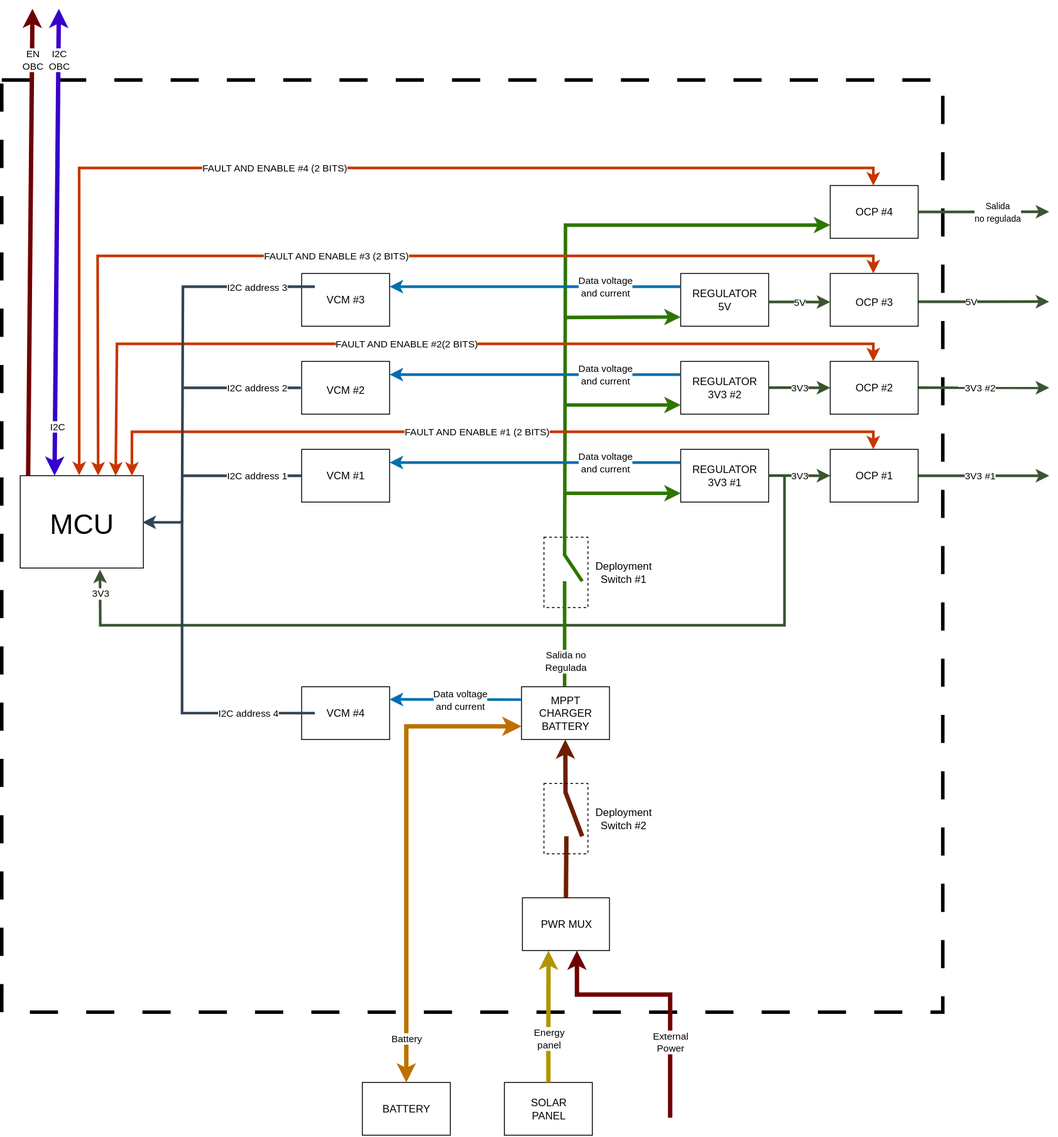
TobiasDecoud/Electrical-Power-System keeps this draw.io diagram as diagrama.svg. Above is the earlier version. Source tidied: cells renumbered, new cells last; positions are measured from the earlier drawing's top-left corner, leaving out a move shared by most shapes.
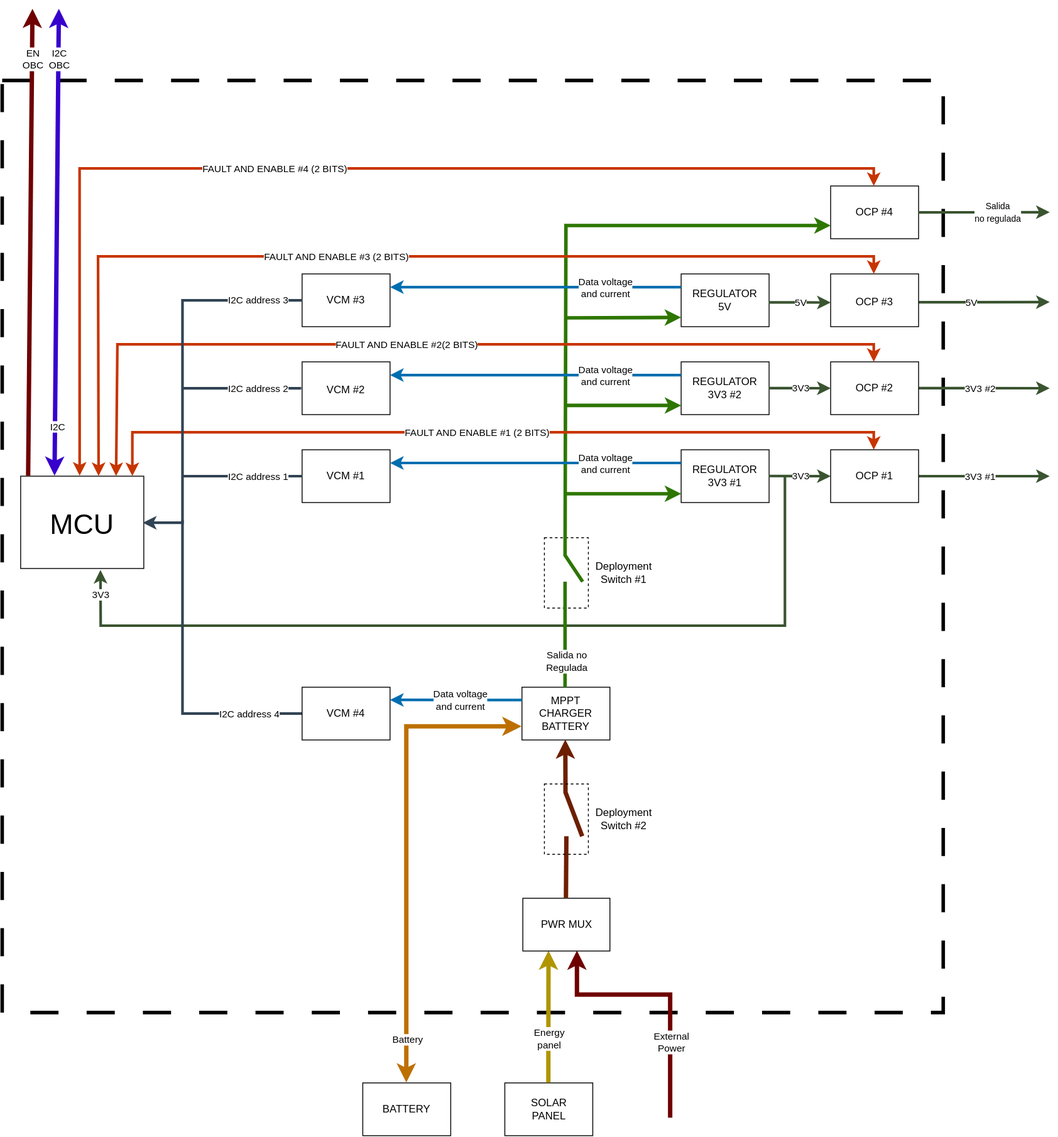
The same file after the commit.

Change to the diagram source:
```diff
@@ -105,9 +105,6 @@
     <mxCell id="32" value="VCM #3" style="text;html=1;whiteSpace=wrap;strokeColor=none;fillColor=none;align=center;verticalAlign=middle;rounded=0;" parent="1" vertex="1">
       <mxGeometry x="361" y="316" width="60" height="30" as="geometry" />
     </mxCell>
-    <mxCell id="33" style="rounded=0;whiteSpace=wrap;html=1;fillColor=none;" parent="1" vertex="1">
-      <mxGeometry x="341" y="771" width="100" height="60" as="geometry" />
-    </mxCell>
     <mxCell id="34" value="VCM #4" style="text;html=1;whiteSpace=wrap;strokeColor=none;fillColor=none;align=center;verticalAlign=middle;rounded=0;" parent="1" vertex="1">
       <mxGeometry x="361" y="786" width="60" height="30" as="geometry" />
     </mxCell>
@@ -263,19 +260,18 @@
         <mxPoint x="5" as="offset" />
       </mxGeometry>
     </mxCell>
-    <mxCell id="63" style="endArrow=classic;html=1;rounded=0;fillColor=#647687;strokeColor=#314354;strokeWidth=3;exitX=0;exitY=0.25;exitDx=0;exitDy=0;" parent="1" edge="1">
+    <mxCell id="63" style="endArrow=classic;html=1;rounded=0;fillColor=#647687;strokeColor=#314354;strokeWidth=3;exitX=0;exitY=0.5;exitDx=0;exitDy=0;" parent="1" edge="1" source="31">
       <mxGeometry relative="1" as="geometry">
-        <mxPoint x="356" y="316" as="sourcePoint" />
         <mxPoint x="160" y="584" as="targetPoint" />
         <Array as="points">
-          <mxPoint x="206" y="316" />
+          <mxPoint x="205" y="331" />
           <mxPoint x="205" y="584" />
         </Array>
       </mxGeometry>
     </mxCell>
     <mxCell id="64" value="I2C address 3" style="edgeLabel;html=1;align=center;verticalAlign=middle;" parent="63" vertex="1">
       <mxGeometry relative="1" as="geometry">
-        <mxPoint x="84" y="-81" as="offset" />
+        <mxPoint x="85" y="-81" as="offset" />
       </mxGeometry>
     </mxCell>
     <mxCell id="65" style="endArrow=classic;html=1;rounded=0;exitX=0.5;exitY=0;exitDx=0;exitDy=0;strokeWidth=5;fillColor=#e3c800;strokeColor=#B09500;" parent="1" edge="1" source="35">
@@ -400,10 +396,9 @@
         <mxPoint x="341" y="531" as="targetPoint" />
       </mxGeometry>
     </mxCell>
-    <mxCell id="88" style="endArrow=none;html=1;rounded=0;strokeWidth=3;fillColor=#647687;strokeColor=#314354;entryX=0;entryY=0.5;entryDx=0;entryDy=0;" parent="1" edge="1">
+    <mxCell id="88" style="endArrow=none;html=1;rounded=0;strokeWidth=3;fillColor=#647687;strokeColor=#314354;entryX=0;entryY=0.5;entryDx=0;entryDy=0;" parent="1" edge="1" target="33">
       <mxGeometry relative="1" as="geometry">
         <mxPoint x="205" y="581" as="sourcePoint" />
-        <mxPoint x="356" y="801" as="targetPoint" />
         <Array as="points">
           <mxPoint x="205" y="801" />
         </Array>
@@ -443,5 +438,8 @@
     <mxCell id="97" value="Deployment Switch #2" style="text;html=1;whiteSpace=wrap;strokeColor=none;fillColor=none;align=center;verticalAlign=middle;rounded=0;" parent="1" vertex="1">
       <mxGeometry x="666.5" y="906" width="80" height="30" as="geometry" />
     </mxCell>
+    <mxCell id="33" style="rounded=0;whiteSpace=wrap;html=1;fillColor=none;" parent="1" vertex="1">
+      <mxGeometry x="341" y="771" width="100" height="60" as="geometry" />
+    </mxCell>
   </root>
 </mxGraphModel>
```
